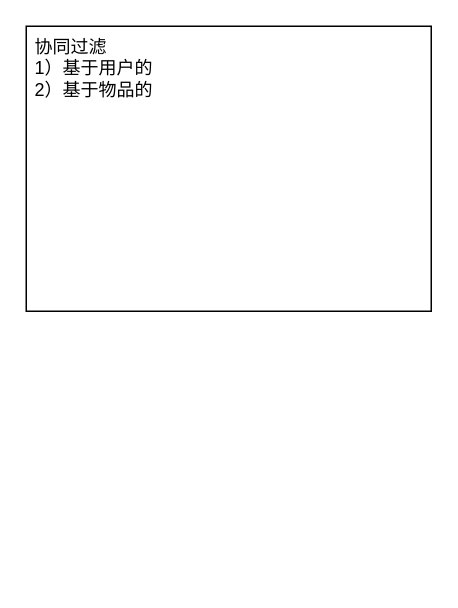
This is 推荐八股.drawio from limpid-11/drawio, a draw.io file, before an edit. Source tidied: cells renumbered, new cells numbered last; positions are measured from the earlier drawing's top-left corner, leaving out a move shared by most shapes. Both pictures are drawn from the tidied source at 150%, with x=0, y=0 at pixel (26, 26).
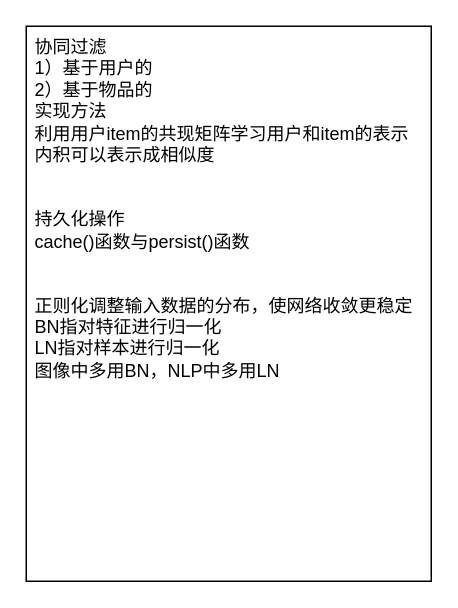
Above is the later version.

Commit message:
更新推荐八股.drawio

What changed in the source:
```diff
@@
 <mxGraphModel>
   <root>
     <mxCell id="0" />
     <mxCell id="1" parent="0" />
-    <mxCell id="2" value="协同过滤&lt;div&gt;1）基于用户的&lt;/div&gt;&lt;div&gt;2）基于物品的&lt;/div&gt;" style="rounded=0;whiteSpace=wrap;html=1;align=left;verticalAlign=top;spacingLeft=4;" parent="1" vertex="1">
-      <mxGeometry width="270" height="190" as="geometry" />
+    <mxCell id="2" value="协同过滤&lt;div&gt;1）基于用户的&lt;/div&gt;&lt;div&gt;2）基于物品的&lt;/div&gt;&lt;div&gt;实现方法&lt;/div&gt;&lt;div&gt;利用用户item的共现矩阵学习用户和item的表示&lt;/div&gt;&lt;div&gt;内积可以表示成相似度&lt;/div&gt;&lt;div&gt;&lt;br&gt;&lt;/div&gt;&lt;div&gt;&lt;br&gt;&lt;/div&gt;&lt;div&gt;持久化操作&lt;/div&gt;&lt;div&gt;cache()函数与persist()函数&lt;/div&gt;&lt;div&gt;&lt;br&gt;&lt;/div&gt;&lt;div&gt;&lt;br&gt;&lt;/div&gt;&lt;div&gt;正则化调整输入数据的分布，使网络收敛更稳定&lt;/div&gt;&lt;div&gt;BN指对特征进行归一化&lt;/div&gt;&lt;div&gt;LN指对样本进行归一化&lt;/div&gt;&lt;div&gt;图像中多用BN，NLP中多用LN&lt;/div&gt;&lt;div&gt;&lt;br&gt;&lt;/div&gt;&lt;div&gt;&lt;br&gt;&lt;/div&gt;" style="rounded=0;whiteSpace=wrap;html=1;align=left;verticalAlign=top;spacingLeft=4;" parent="1" vertex="1">
+      <mxGeometry width="270" height="370" as="geometry" />
     </mxCell>
   </root>
 </mxGraphModel>
```
